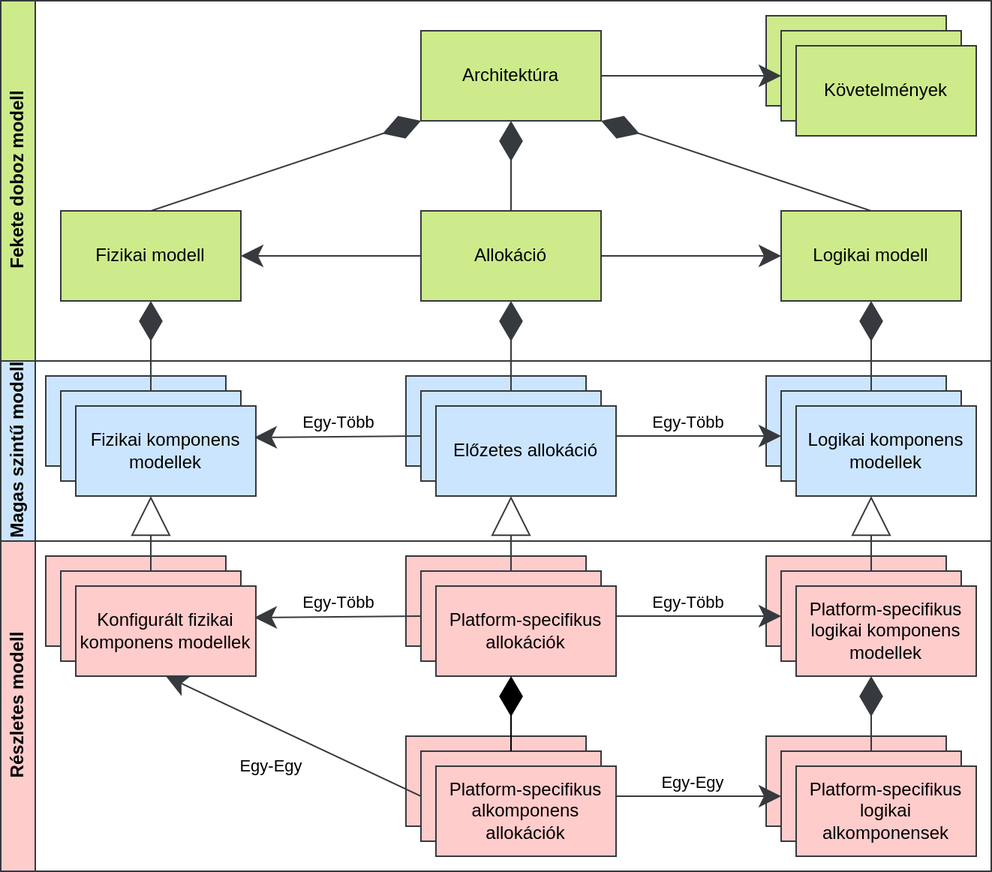
Before: src/figures/AllocationBased2HU.drawio.png, a diagram exported from draw.io (adifiak/Szakdolgozat). Source tidied: cells renumbered, new cells last; positions are measured from the earlier drawing's top-left corner, leaving out a move shared by most shapes.
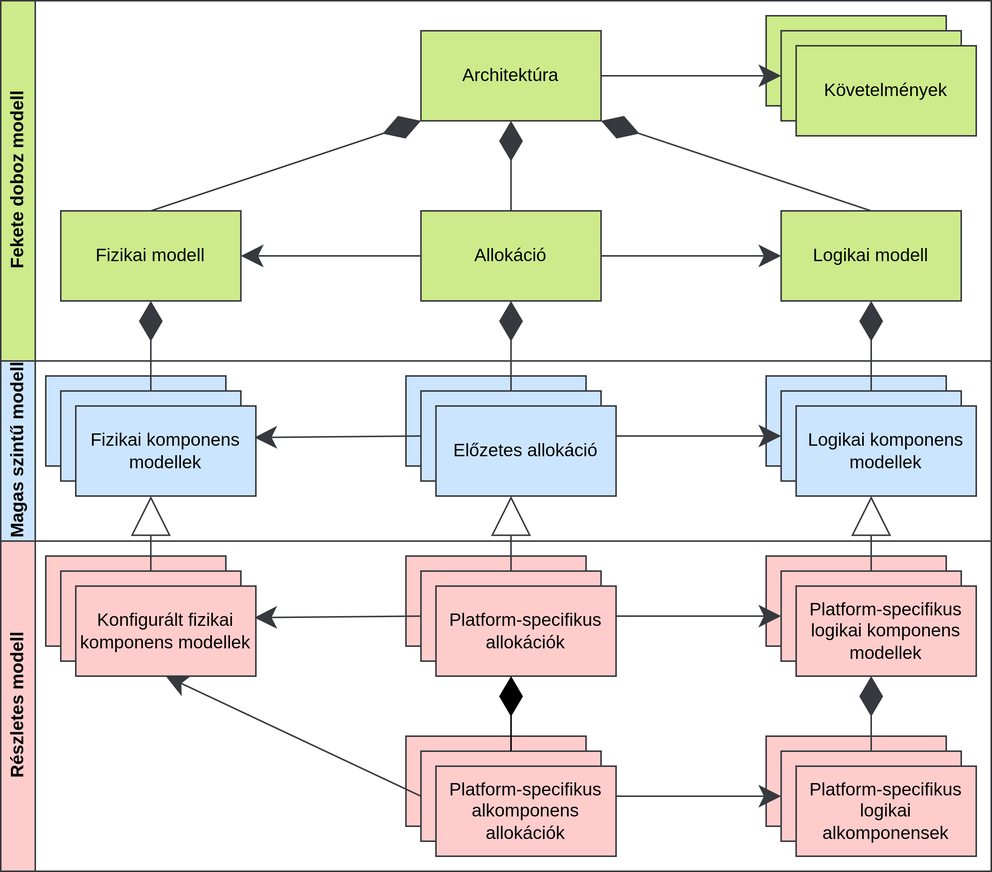
The same diagram one commit later.

What changed in the source:
```diff
@@ -65,21 +65,11 @@
     <mxCell id="22" style="endArrow=classic;html=1;rounded=0;entryX=0;entryY=0.5;entryDx=0;entryDy=0;exitX=1;exitY=0.5;exitDx=0;exitDy=0;endSize=12;fillColor=#cce5ff;strokeColor=#36393d;" parent="1" edge="1" source="12" target="17">
       <mxGeometry relative="1" as="geometry" />
     </mxCell>
-    <mxCell id="23" value="Egy-Több" style="edgeLabel;html=1;align=center;verticalAlign=middle;" parent="22" vertex="1">
-      <mxGeometry x="-0.04" relative="1" as="geometry">
-        <mxPoint y="-10" as="offset" />
-      </mxGeometry>
-    </mxCell>
     <mxCell id="24" style="endArrow=classic;html=1;rounded=0;exitX=0;exitY=0.5;exitDx=0;exitDy=0;endSize=12;fillColor=#cce5ff;strokeColor=#36393d;" parent="1" edge="1" source="12">
       <mxGeometry relative="1" as="geometry">
         <mxPoint x="169" y="291" as="targetPoint" />
       </mxGeometry>
     </mxCell>
-    <mxCell id="25" value="Egy-Több" style="edgeLabel;html=1;align=center;verticalAlign=middle;" parent="24" vertex="1">
-      <mxGeometry relative="1" as="geometry">
-        <mxPoint y="-10" as="offset" />
-      </mxGeometry>
-    </mxCell>
     <mxCell id="26" value="Előzetes allokáció" style="rounded=0;whiteSpace=wrap;html=1;fillColor=#cce5ff;strokeColor=#36393d;" parent="1" vertex="1">
       <mxGeometry x="290" y="270" width="120" height="60" as="geometry" />
     </mxCell>
@@ -120,21 +110,11 @@
     <mxCell id="37" style="endArrow=classic;html=1;rounded=0;entryX=0;entryY=0.5;entryDx=0;entryDy=0;exitX=1;exitY=0.5;exitDx=0;exitDy=0;endSize=12;fillColor=#ffcccc;strokeColor=#36393d;" parent="1" edge="1" source="28" target="33">
       <mxGeometry relative="1" as="geometry" />
     </mxCell>
-    <mxCell id="38" value="Egy-Több" style="edgeLabel;html=1;align=center;verticalAlign=middle;" parent="37" vertex="1">
-      <mxGeometry x="-0.04" relative="1" as="geometry">
-        <mxPoint y="-10" as="offset" />
-      </mxGeometry>
-    </mxCell>
     <mxCell id="39" style="endArrow=classic;html=1;rounded=0;exitX=0;exitY=0.5;exitDx=0;exitDy=0;endSize=12;fillColor=#ffcccc;strokeColor=#36393d;" parent="1" edge="1" source="28">
       <mxGeometry relative="1" as="geometry">
         <mxPoint x="169" y="411" as="targetPoint" />
       </mxGeometry>
     </mxCell>
-    <mxCell id="40" value="Egy-Több" style="edgeLabel;html=1;align=center;verticalAlign=middle;" parent="39" vertex="1">
-      <mxGeometry relative="1" as="geometry">
-        <mxPoint y="-10" as="offset" />
-      </mxGeometry>
-    </mxCell>
     <mxCell id="41" value="Platform-specifikus allokációk" style="rounded=0;whiteSpace=wrap;html=1;fillColor=#ffcccc;strokeColor=#36393d;" parent="1" vertex="1">
       <mxGeometry x="290" y="390" width="120" height="60" as="geometry" />
     </mxCell>
@@ -150,19 +130,9 @@
     <mxCell id="45" style="endArrow=classic;html=1;rounded=0;exitX=1;exitY=0.5;exitDx=0;exitDy=0;endSize=12;entryX=0;entryY=0.5;entryDx=0;entryDy=0;fillColor=#ffcccc;strokeColor=#36393d;" parent="1" edge="1" source="43" target="50">
       <mxGeometry relative="1" as="geometry" />
     </mxCell>
-    <mxCell id="46" value="Egy-Egy" style="edgeLabel;html=1;align=center;verticalAlign=middle;" parent="45" vertex="1">
-      <mxGeometry x="-0.04" relative="1" as="geometry">
-        <mxPoint x="3" y="-10" as="offset" />
-      </mxGeometry>
-    </mxCell>
     <mxCell id="47" style="endArrow=classic;html=1;rounded=0;entryX=0.5;entryY=1;entryDx=0;entryDy=0;exitX=0;exitY=0.5;exitDx=0;exitDy=0;endSize=12;fillColor=#ffcccc;strokeColor=#36393d;" parent="1" edge="1" source="43" target="31">
       <mxGeometry relative="1" as="geometry" />
     </mxCell>
-    <mxCell id="48" value="Egy-Egy" style="edgeLabel;html=1;align=center;verticalAlign=middle;" parent="47" vertex="1">
-      <mxGeometry x="-0.04" relative="1" as="geometry">
-        <mxPoint x="-19" y="18" as="offset" />
-      </mxGeometry>
-    </mxCell>
     <mxCell id="49" value="Platform-specifikus alkomponens allokációk" style="rounded=0;whiteSpace=wrap;html=1;fillColor=#ffcccc;strokeColor=#36393d;" parent="1" vertex="1">
       <mxGeometry x="290" y="510" width="120" height="60" as="geometry" />
     </mxCell>
```
